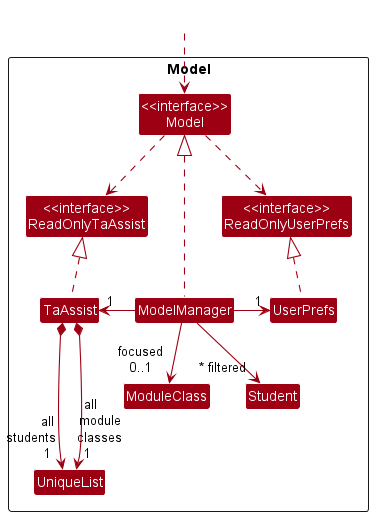
Earlier version of the PlantUML export docs/images/ModelClassDiagram.png (nus-cs2103-AY2223S1/tp).
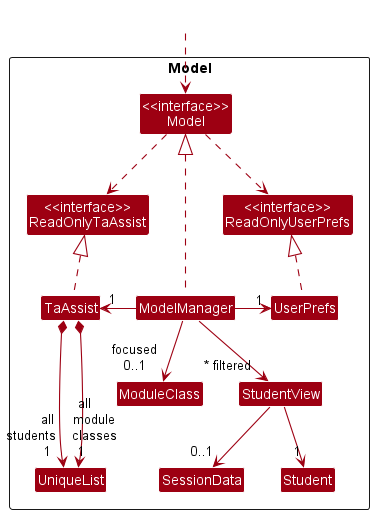
After the commit.

What changed in the source:
```diff
@@ -11,7 +11,9 @@
 Class TaAssist
 Class ModelManager
 Class UserPrefs
+Class StudentView
 Class Student
+Class SessionData
 Class ModuleClass
 Class UniqueList
 }
@@ -33,5 +35,8 @@
 TaAssist *--down-> "\tall\nstudents\n\t1" UniqueList
 TaAssist *--down-> "all\t\nmodule\nclasses\n1\t" UniqueList
 
-ModelManager -->"~* filtered" Student
+ModelManager -->"~* filtered" StudentView
+StudentView --> "0..1" SessionData
+StudentView -down-> "1" Student
+
 @enduml
```
